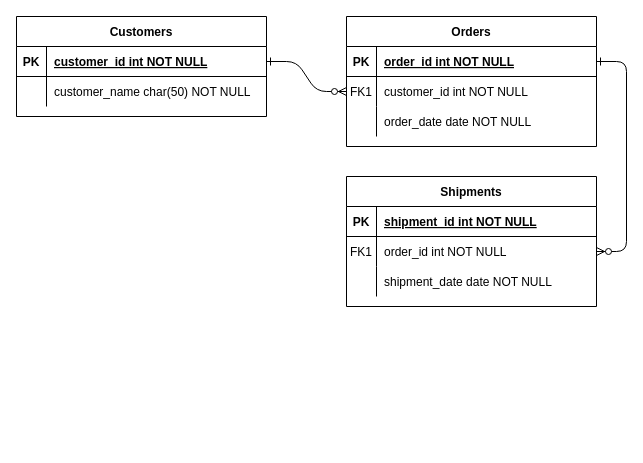
Above: ER Digram.drawio in Riaz9588/Bit-Softs (draw.io), before the change. Source tidied: cells renumbered, new cells numbered last; positions are measured from the earlier drawing's top-left corner, leaving out a move shared by most shapes. Both pictures are drawn from the tidied source at 100%, with x=0, y=0 at pixel (16, 16).
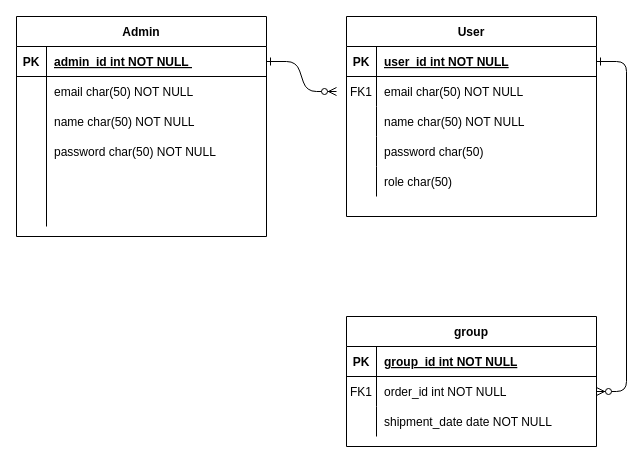
Above is the later version.

The change refers to these unchanged cells:
```xml
<mxCell id="5" style="shape=partialRectangle;fillColor=none;points=[[0,0.5],[1,0.5]];portConstraint=eastwest;top=0;left=0;right=0;bottom=1;" parent="4" vertex="1">
  <mxGeometry y="30" width="250" height="30" as="geometry" />
</mxCell>
<mxCell id="8" style="shape=partialRectangle;fillColor=none;points=[[0,0.5],[1,0.5]];portConstraint=eastwest;top=0;left=0;right=0;bottom=0;" parent="4" vertex="1">
  <mxGeometry y="60" width="250" height="30" as="geometry" />
</mxCell>
<mxCell id="11" style="shape=partialRectangle;fillColor=none;top=0;left=0;right=0;bottom=0;" parent="4" vertex="1">
  <mxGeometry y="90" width="250" height="30" as="geometry" />
</mxCell>
<mxCell id="15" style="shape=partialRectangle;fillColor=none;top=0;left=0;right=0;bottom=1;" parent="14" vertex="1">
  <mxGeometry y="30" width="250" height="30" as="geometry" />
</mxCell>
<mxCell id="25" style="shape=partialRectangle;fillColor=none;points=[[0,0.5],[1,0.5]];portConstraint=eastwest;top=0;left=0;right=0;bottom=1;" parent="24" vertex="1">
  <mxGeometry y="30" width="250" height="30" as="geometry" />
</mxCell>
```

Diff of the diagram source:
```diff
@@
-    <mxCell id="2" style="edgeStyle=entityRelationEdgeStyle;endArrow=ERzeroToMany;startArrow=ERone;endFill=1;startFill=0;" parent="1" edge="1" source="25" target="8">
-      <mxGeometry relative="1" as="geometry" />
+    <mxCell id="2" style="edgeStyle=entityRelationEdgeStyle;endArrow=ERzeroToMany;startArrow=ERone;endFill=1;startFill=0;" parent="1" edge="1" source="25">
+      <mxGeometry relative="1" as="geometry">
+        <mxPoint x="320" y="75" as="targetPoint" />
+      </mxGeometry>
     </mxCell>
@@
-    <mxCell id="4" value="Orders" style="shape=table;startSize=30;childLayout=tableLayout;rowLines=0;fontStyle=1;align=center;" parent="1" vertex="1">
-      <mxGeometry x="330" width="250" height="130" as="geometry" />
+    <mxCell id="4" value="User" style="shape=table;startSize=30;childLayout=tableLayout;rowLines=0;fontStyle=1;align=center;" parent="1" vertex="1">
+      <mxGeometry x="330" width="250" height="200" as="geometry" />
     </mxCell>
@@
-    <mxCell id="7" value="order_id int NOT NULL " style="shape=partialRectangle;overflow=hidden;fillColor=none;top=0;left=0;bottom=0;right=0;align=left;spacingLeft=6;fontStyle=5;" parent="5" vertex="1">
+    <mxCell id="7" value="user_id int NOT NULL" style="shape=partialRectangle;overflow=hidden;fillColor=none;top=0;left=0;bottom=0;right=0;align=left;spacingLeft=6;fontStyle=5;" parent="5" vertex="1">
       <mxGeometry x="30" width="220" height="30" as="geometry" />
     </mxCell>
@@
-    <mxCell id="10" value="customer_id int NOT NULL" style="shape=partialRectangle;overflow=hidden;fillColor=none;top=0;left=0;bottom=0;right=0;align=left;spacingLeft=6;" parent="8" vertex="1">
+    <mxCell id="10" value="email char(50) NOT NULL" style="shape=partialRectangle;overflow=hidden;fillColor=none;top=0;left=0;bottom=0;right=0;align=left;spacingLeft=6;" parent="8" vertex="1">
       <mxGeometry x="30" width="220" height="30" as="geometry" />
     </mxCell>
@@
-    <mxCell id="13" value="order_date date NOT NULL" style="shape=partialRectangle;overflow=hidden;fillColor=none;top=0;left=0;bottom=0;right=0;align=left;spacingLeft=6;" parent="11" vertex="1">
+    <mxCell id="13" value="name char(50) NOT NULL" style="shape=partialRectangle;overflow=hidden;fillColor=none;top=0;left=0;bottom=0;right=0;align=left;spacingLeft=6;" parent="11" vertex="1">
       <mxGeometry x="30" width="220" height="30" as="geometry" />
     </mxCell>
+    <mxCell id="31" style="shape=partialRectangle;fillColor=none;top=0;left=0;right=0;bottom=0;" parent="4" vertex="1">
+      <mxGeometry y="120" width="250" height="30" as="geometry" />
+    </mxCell>
+    <mxCell id="32" style="shape=partialRectangle;overflow=hidden;fillColor=none;top=0;left=0;bottom=0;right=0;" parent="31" vertex="1">
+      <mxGeometry width="30" height="30" as="geometry" />
+    </mxCell>
+    <mxCell id="33" value="password char(50)" style="shape=partialRectangle;overflow=hidden;fillColor=none;top=0;left=0;bottom=0;right=0;align=left;spacingLeft=6;" parent="31" vertex="1">
+      <mxGeometry x="30" width="220" height="30" as="geometry" />
+    </mxCell>
+    <mxCell id="34" style="shape=partialRectangle;fillColor=none;top=0;left=0;right=0;bottom=0;" parent="4" vertex="1">
+      <mxGeometry y="150" width="250" height="30" as="geometry" />
+    </mxCell>
+    <mxCell id="35" style="shape=partialRectangle;overflow=hidden;fillColor=none;top=0;left=0;bottom=0;right=0;" parent="34" vertex="1">
+      <mxGeometry width="30" height="30" as="geometry" />
+    </mxCell>
+    <mxCell id="36" value="role char(50)" style="shape=partialRectangle;overflow=hidden;fillColor=none;top=0;left=0;bottom=0;right=0;align=left;spacingLeft=6;" parent="34" vertex="1">
+      <mxGeometry x="30" width="220" height="30" as="geometry" />
+    </mxCell>
-    <mxCell id="14" value="Shipments" style="shape=table;startSize=30;childLayout=tableLayout;rowLines=0;fontStyle=1;align=center;" parent="1" vertex="1">
-      <mxGeometry x="330" y="160" width="250" height="130" as="geometry" />
+    <mxCell id="14" value="group" style="shape=table;startSize=30;childLayout=tableLayout;rowLines=0;fontStyle=1;align=center;" parent="1" vertex="1">
+      <mxGeometry x="330" y="300" width="250" height="130" as="geometry" />
     </mxCell>
@@
-    <mxCell id="17" value="shipment_id int NOT NULL " style="shape=partialRectangle;overflow=hidden;fillColor=none;top=0;left=0;bottom=0;right=0;align=left;spacingLeft=6;fontStyle=5;" parent="15" vertex="1">
+    <mxCell id="17" value="group_id int NOT NULL" style="shape=partialRectangle;overflow=hidden;fillColor=none;top=0;left=0;bottom=0;right=0;align=left;spacingLeft=6;fontStyle=5;" parent="15" vertex="1">
       <mxGeometry x="30" width="220" height="30" as="geometry" />
     </mxCell>
@@
-    <mxCell id="24" value="Customers" style="shape=table;startSize=30;childLayout=tableLayout;rowLines=0;fontStyle=1;align=center;" parent="1" vertex="1">
-      <mxGeometry width="250" height="100" as="geometry" />
+    <mxCell id="24" value="Admin" style="shape=table;startSize=30;childLayout=tableLayout;rowLines=0;fontStyle=1;align=center;" parent="1" vertex="1">
+      <mxGeometry width="250" height="220" as="geometry" />
     </mxCell>
@@
-    <mxCell id="27" value="customer_id int NOT NULL " style="shape=partialRectangle;overflow=hidden;fillColor=none;top=0;left=0;bottom=0;right=0;align=left;spacingLeft=6;fontStyle=5;" parent="25" vertex="1">
+    <mxCell id="27" value="admin_id int NOT NULL " style="shape=partialRectangle;overflow=hidden;fillColor=none;top=0;left=0;bottom=0;right=0;align=left;spacingLeft=6;fontStyle=5;" parent="25" vertex="1">
       <mxGeometry x="30" width="220" height="30" as="geometry" />
     </mxCell>
-    <mxCell id="28" style="shape=partialRectangle;fillColor=none;top=0;left=0;right=0;bottom=0;" parent="24" vertex="1">
-      <mxGeometry y="60" width="250" height="30" as="geometry" />
-    </mxCell>
-    <mxCell id="29" style="shape=partialRectangle;overflow=hidden;fillColor=none;top=0;left=0;bottom=0;right=0;" parent="28" vertex="1">
-      <mxGeometry width="30" height="30" as="geometry" />
-    </mxCell>
-    <mxCell id="30" value="customer_name char(50) NOT NULL" style="shape=partialRectangle;overflow=hidden;fillColor=none;top=0;left=0;bottom=0;right=0;align=left;spacingLeft=6;" parent="28" vertex="1">
-      <mxGeometry x="30" width="220" height="30" as="geometry" />
-    </mxCell>
+    <mxCell id="37" value="email char(50) NOT NULL" style="shape=partialRectangle;overflow=hidden;fillColor=none;top=0;left=0;bottom=0;right=0;align=left;spacingLeft=6;" parent="1" vertex="1">
+      <mxGeometry x="30" y="60" width="220" height="30" as="geometry" />
+    </mxCell>
+    <mxCell id="38" value="name char(50) NOT NULL" style="shape=partialRectangle;overflow=hidden;fillColor=none;top=0;left=0;bottom=0;right=0;align=left;spacingLeft=6;" parent="1" vertex="1">
+      <mxGeometry x="30" y="90" width="220" height="30" as="geometry" />
+    </mxCell>
+    <mxCell id="39" style="endArrow=none;html=1;rounded=0;" parent="1" edge="1">
+      <mxGeometry relative="1" as="geometry">
+        <mxPoint x="30" y="210" as="sourcePoint" />
+        <mxPoint x="30" y="60" as="targetPoint" />
+      </mxGeometry>
+    </mxCell>
+    <mxCell id="40" value="password char(50) NOT NULL" style="shape=partialRectangle;overflow=hidden;fillColor=none;top=0;left=0;bottom=0;right=0;align=left;spacingLeft=6;" parent="1" vertex="1">
+      <mxGeometry x="30" y="120" width="220" height="30" as="geometry" />
+    </mxCell>
```
